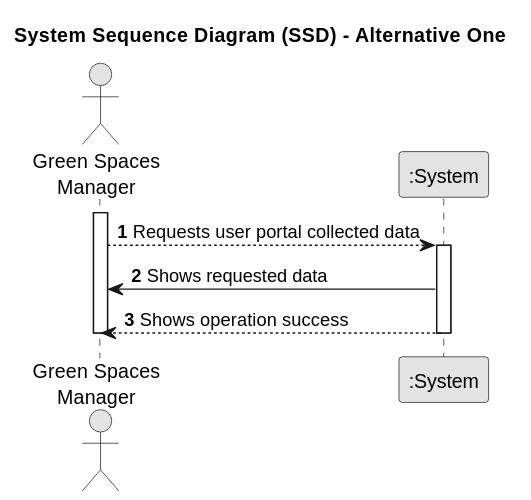
SAEmanuel/Green_Spaces_Management_ISEP keeps this PlantUML diagram as docs/sprintB/us011/01.requirements-engineering/svg/us011-system-sequence-diagram-alternative-one-System_Sequence_Diagram__SSD____Alternative_One.svg. Above is the earlier version.
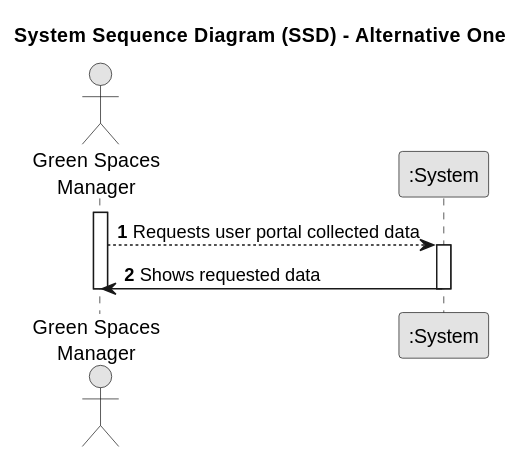
Later version of the same file.

What changed in the source:
```diff
@@ -16,7 +16,6 @@
         activate System
 
         System -> GSM : Shows requested data
-        System --> GSM : Shows operation success
         deactivate System
         deactivate GSM
 @enduml
```
